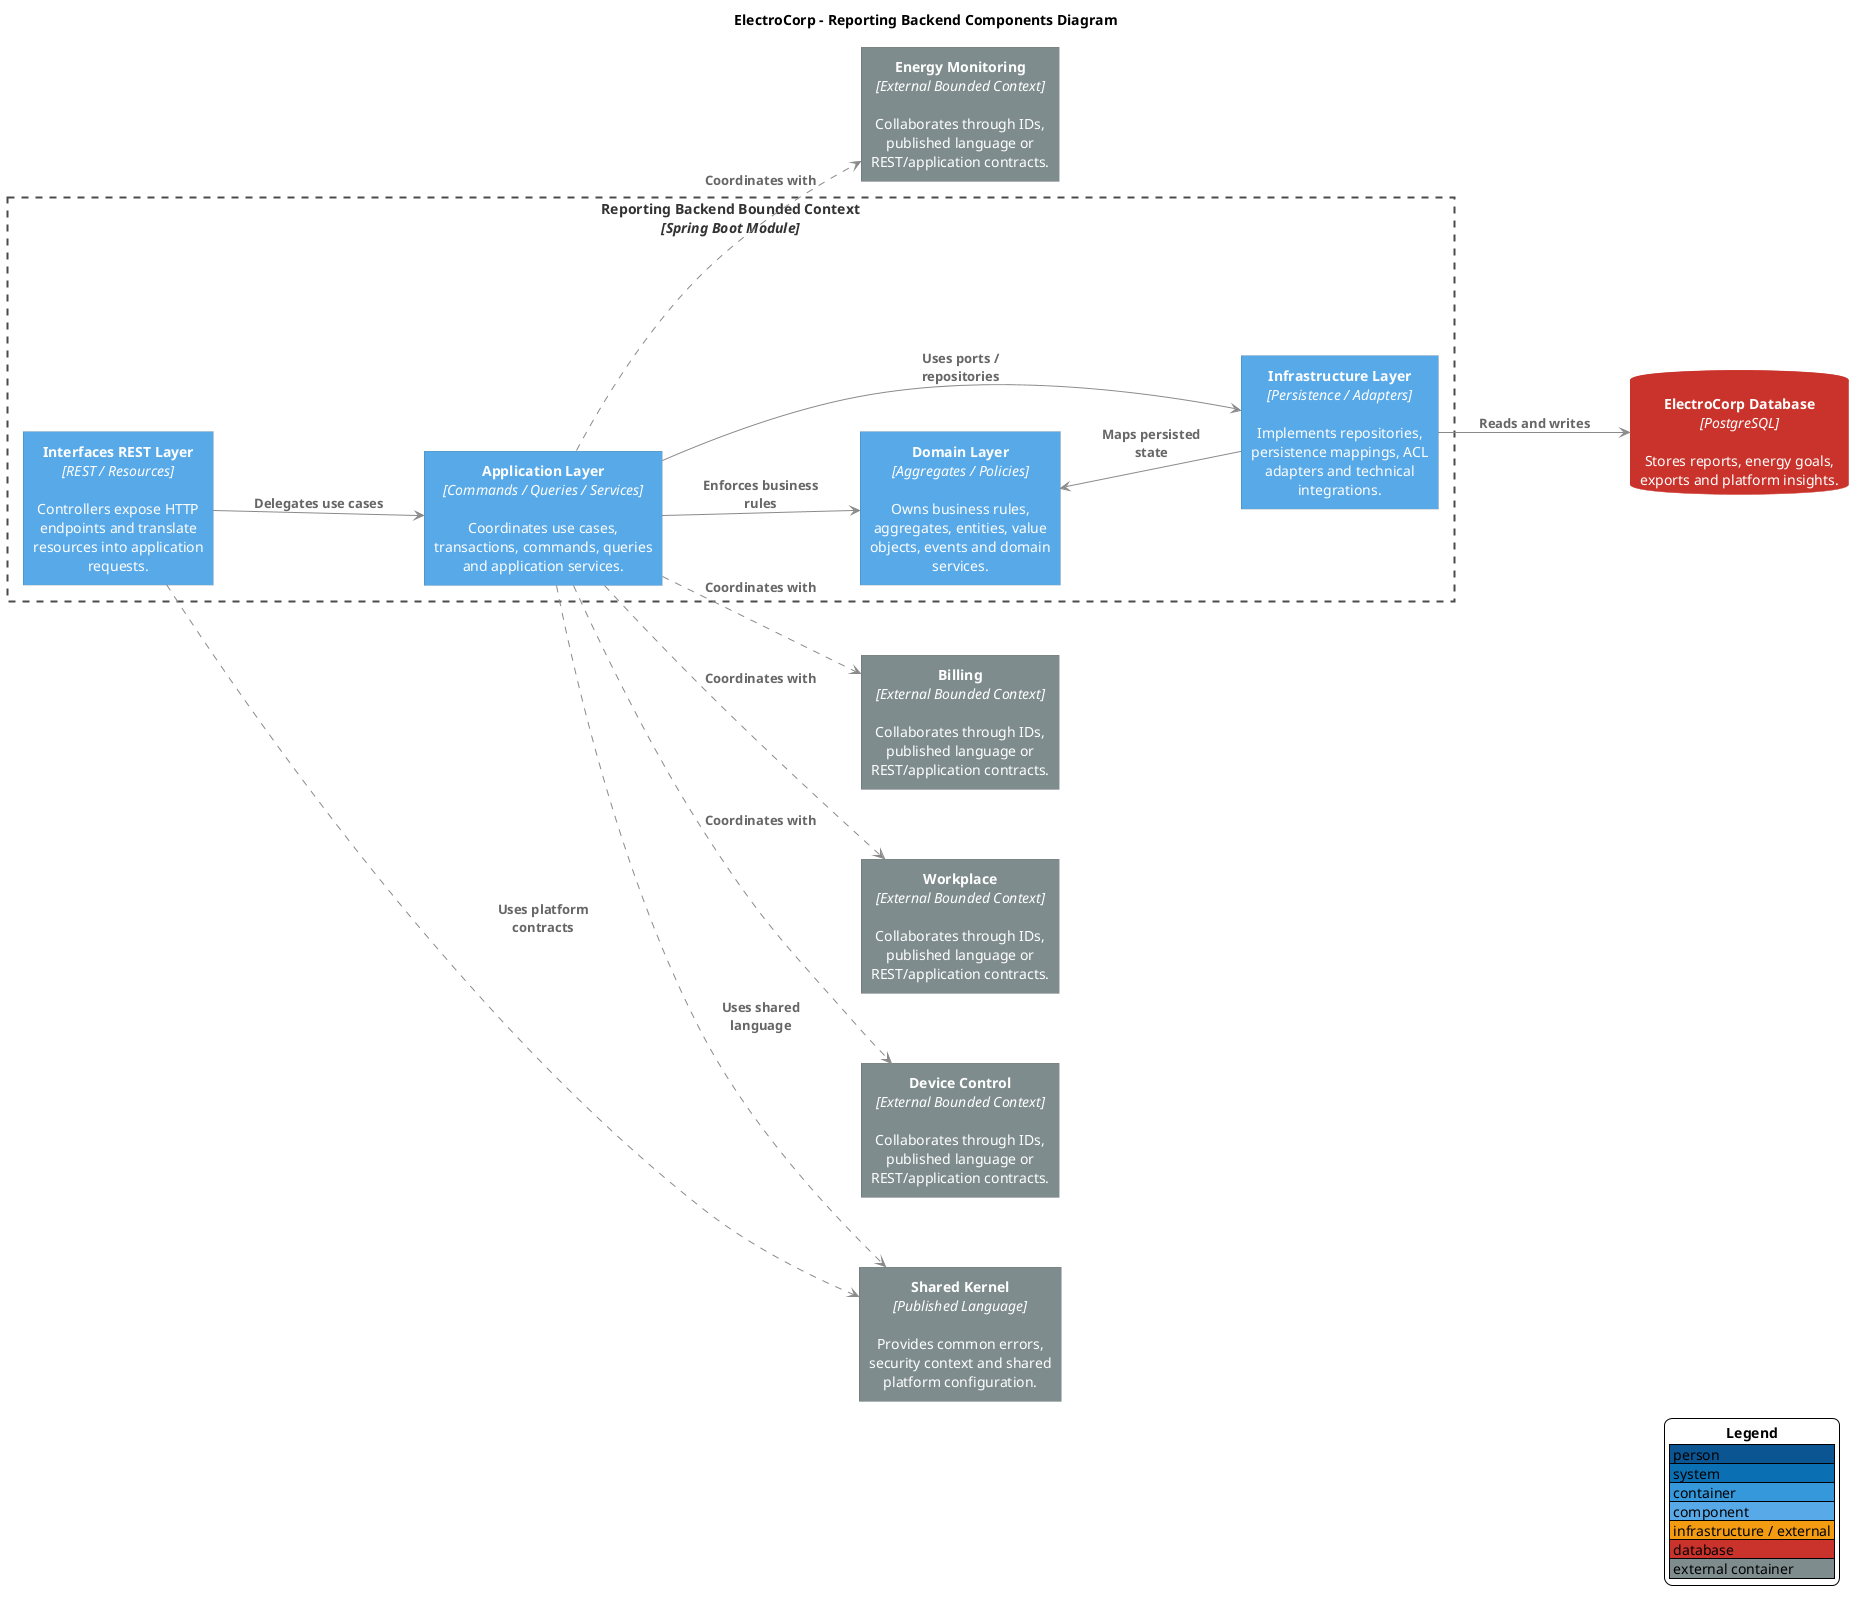
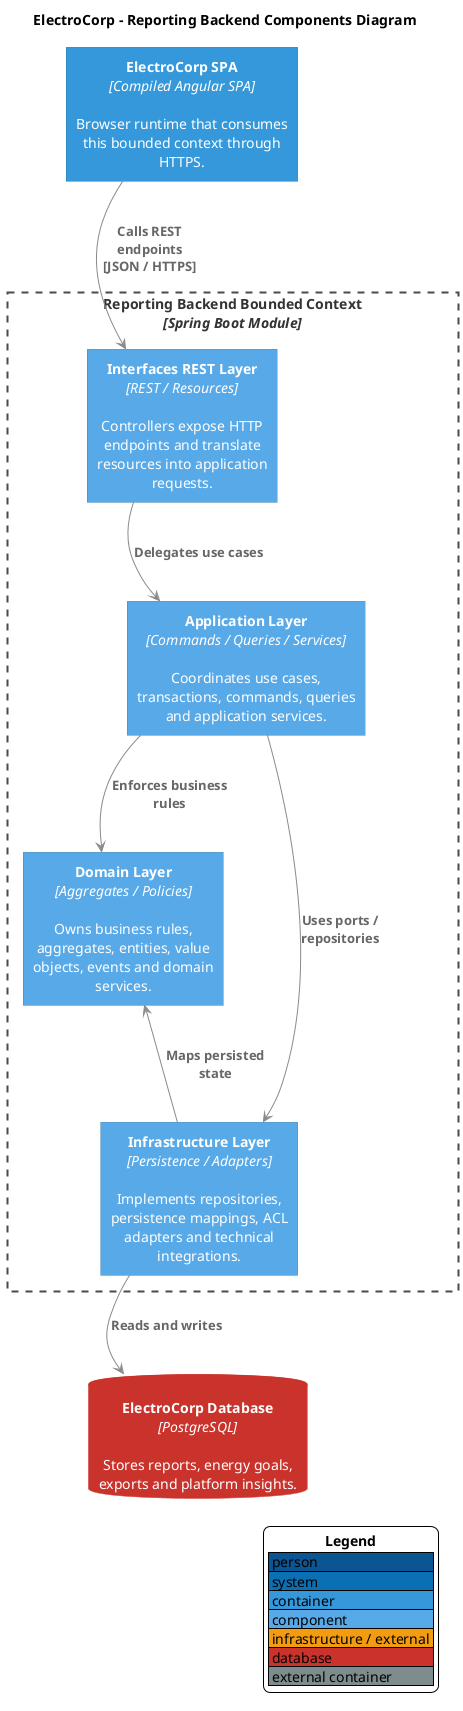
@startuml
skinparam backgroundColor #FFFFFF
skinparam shadowing false
skinparam defaultFontName Arial
skinparam defaultTextAlignment center
skinparam wrapWidth 220
skinparam maxMessageSize 130
skinparam nodesep 70
skinparam ranksep 80
skinparam ArrowColor #8A8A8A
skinparam ArrowFontColor #666666
skinparam ArrowFontStyle bold
skinparam ArrowThickness 1
skinparam rectangleRoundCorner 0
skinparam rectangleBorderThickness 0
skinparam rectangleFontColor #FFFFFF
skinparam rectangleFontStyle plain
skinparam rectangle {
  BorderThickness 0
  MinimumWidth 190
  Padding 12
}
skinparam database {
  MinimumWidth 210
  Padding 12
}
skinparam rectangle<<SystemBoundary>> {
  BackgroundColor transparent
  BorderColor #4A4A4A
  BorderThickness 2
  BorderStyle dashed
  FontColor #333333
  FontStyle bold
  MinimumWidth 760
  Padding 18
}
skinparam rectangle<<BoundedContext>> {
  BackgroundColor transparent
  BorderColor #4A4A4A
  BorderThickness 2
  BorderStyle dashed
  FontColor #333333
  FontStyle bold
  MinimumWidth 760
  Padding 18
}
skinparam databaseBackgroundColor #C9332B
skinparam databaseBorderColor #C9332B
skinparam databaseFontColor #FFFFFF
skinparam databaseFontStyle plain
hide stereotype
- left to right direction
+ top to bottom direction

title ElectroCorp - Reporting Backend Components Diagram
+ 
+ rectangle "<b>ElectroCorp SPA</b>\n<i>[Compiled Angular SPA]</i>\n\nBrowser runtime that consumes this bounded context through HTTPS." as Spa #3498DB

rectangle "<b>Reporting Backend Bounded Context</b>\n<i>[Spring Boot Module]</i>" <<BoundedContext>> {
  rectangle "<b>Interfaces REST Layer</b>\n<i>[REST / Resources]</i>\n\nControllers expose HTTP endpoints and translate resources into application requests." as Interfaces #58A9E8
  rectangle "<b>Application Layer</b>\n<i>[Commands / Queries / Services]</i>\n\nCoordinates use cases, transactions, commands, queries and application services." as Application #58A9E8
  rectangle "<b>Domain Layer</b>\n<i>[Aggregates / Policies]</i>\n\nOwns business rules, aggregates, entities, value objects, events and domain services." as Domain #58A9E8
  rectangle "<b>Infrastructure Layer</b>\n<i>[Persistence / Adapters]</i>\n\nImplements repositories, persistence mappings, ACL adapters and technical integrations." as Infrastructure #58A9E8
}
database "<b>ElectroCorp Database</b>\n<i>[PostgreSQL]</i>\n\nStores reports, energy goals, exports and platform insights." as Database
- rectangle "<b>Shared Kernel</b>\n<i>[Published Language]</i>\n\nProvides common errors, security context and shared platform configuration." as Shared #7F8C8D
- rectangle "<b>Billing</b>\n<i>[External Bounded Context]</i>\n\nCollaborates through IDs, published language or REST/application contracts." as Dep0 #7F8C8D
- rectangle "<b>Workplace</b>\n<i>[External Bounded Context]</i>\n\nCollaborates through IDs, published language or REST/application contracts." as Dep1 #7F8C8D
- rectangle "<b>Device Control</b>\n<i>[External Bounded Context]</i>\n\nCollaborates through IDs, published language or REST/application contracts." as Dep2 #7F8C8D
- rectangle "<b>Energy Monitoring</b>\n<i>[External Bounded Context]</i>\n\nCollaborates through IDs, published language or REST/application contracts." as Dep3 #7F8C8D

+ Spa --> Interfaces : Calls REST endpoints\n[JSON / HTTPS]
Interfaces --> Application : Delegates use cases
Application --> Domain : Enforces business rules
Application --> Infrastructure : Uses ports / repositories
Infrastructure --> Domain : Maps persisted state
Infrastructure --> Database : Reads and writes
- Interfaces ..> Shared : Uses platform contracts
- Application ..> Shared : Uses shared language
- Application ..> Dep0 : Coordinates with
- Application ..> Dep1 : Coordinates with
- Application ..> Dep2 : Coordinates with
- Application ..> Dep3 : Coordinates with

- Interfaces -[hidden]right- Application
- Application -[hidden]right- Domain
+ Spa -[hidden]down- Interfaces
+ Interfaces -[hidden]down- Application
+ Application -[hidden]down- Domain
Domain -[hidden]right- Infrastructure
+ Infrastructure -[hidden]down- Database

legend right
  <b>Legend</b>
  |<#0B5593> person |
  |<#0B6FB3> system |
  |<#3498DB> container |
  |<#58A9E8> component |
  |<#F39C12> infrastructure / external |
  |<#C9332B> database |
  |<#7F8C8D> external container |
endlegend

@enduml
